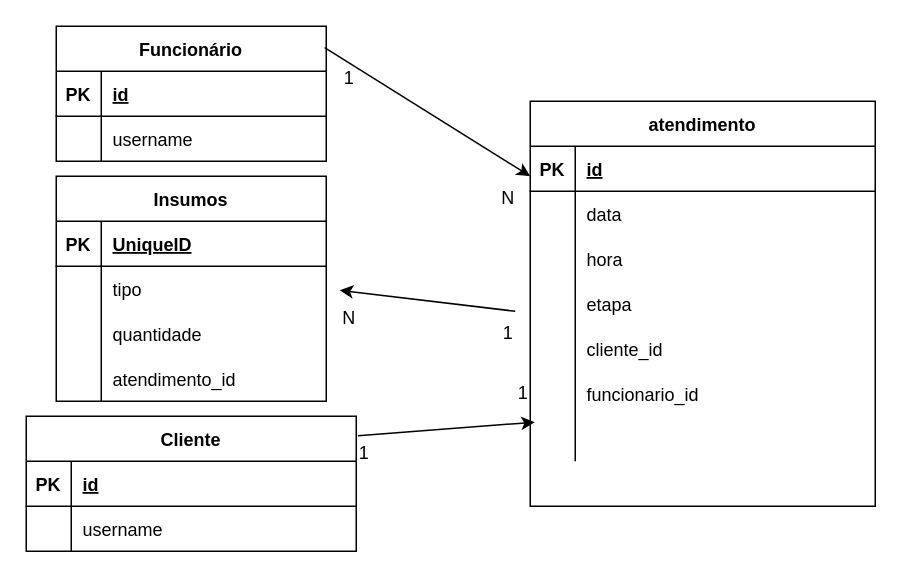
This is MER.drawio from saviodario/PAME-22.2---Entrega-5---SavioDario-, a draw.io file, before an edit. Source tidied: cells renumbered, new cells numbered last; positions are measured from the earlier drawing's top-left corner, leaving out a move shared by most shapes. Both pictures are drawn from the tidied source at 150%, with x=0, y=0 at pixel (26, 26).
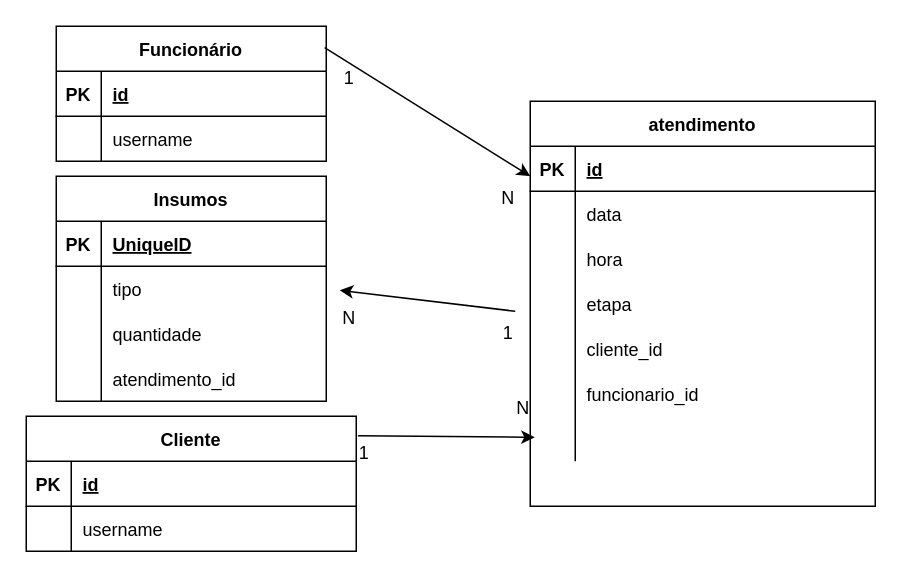
The same page after the edit.

Diff of the diagram source:
```diff
@@
-    <mxCell id="42" value="1" style="text;html=1;align=center;verticalAlign=middle;points=[];strokeColor=none;fillColor=none;" parent="1" vertex="1">
-      <mxGeometry x="316" y="230" width="30" height="30" as="geometry" />
+    <mxCell id="42" value="N" style="text;html=1;align=center;verticalAlign=middle;points=[];strokeColor=none;fillColor=none;" parent="1" vertex="1">
+      <mxGeometry x="316" y="240" width="30" height="30" as="geometry" />
     </mxCell>
```
